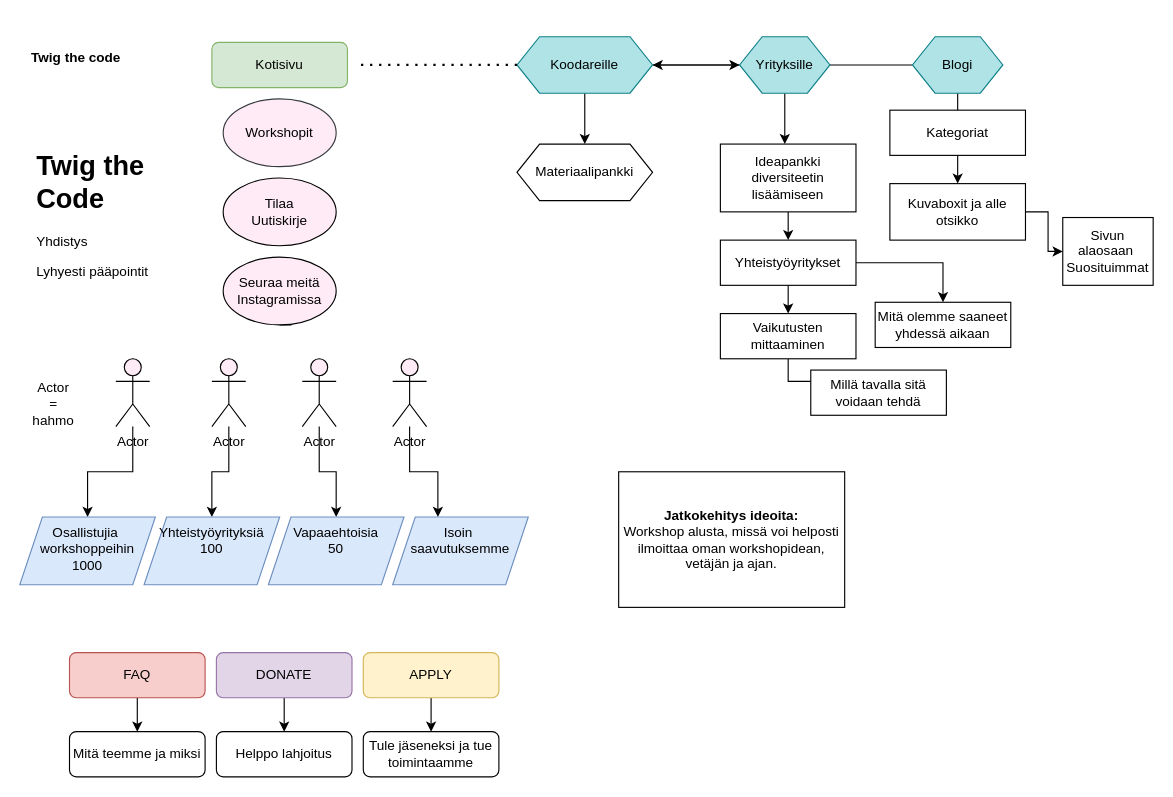
susannakyllonen/TTCpage-flow keeps this draw.io diagram as Untitled Diagram.drawio. Above is the earlier version. Source tidied: cells renumbered, new cells numbered last; positions are measured from the earlier drawing's top-left corner, leaving out a move shared by most shapes. Both pictures are drawn from the tidied source at 113%, with x=0, y=0 at pixel (19, 36).
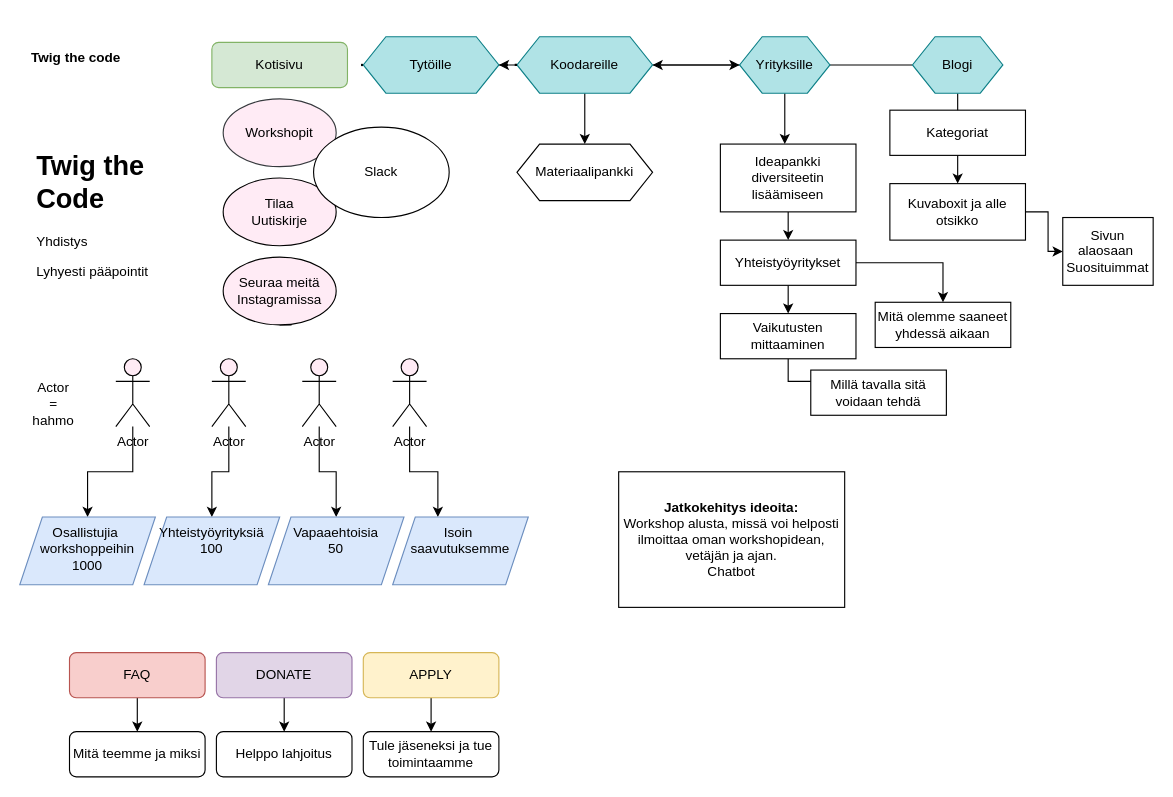
Above is the later version.

The change refers to these unchanged cells:
```xml
<mxCell id="14" value="Koodareille" style="shape=hexagon;perimeter=hexagonPerimeter2;whiteSpace=wrap;html=1;fixedSize=1;fillColor=#b0e3e6;strokeColor=#0e8088;" parent="1" vertex="1">
  <mxGeometry x="440" width="120" height="50" as="geometry" />
</mxCell>
```

What changed in the source:
```diff
@@
+    <mxCell id="55" style="edgeStyle=orthogonalEdgeStyle;rounded=0;jettySize=auto;html=1;" parent="1" edge="1" source="14" target="57">
+      <mxGeometry relative="1" as="geometry" />
+    </mxCell>
@@
-    <mxCell id="20" style="endArrow=none;dashed=1;html=1;dashPattern=1 3;strokeWidth=2;" parent="1" edge="1">
+    <mxCell id="20" style="endArrow=none;dashed=1;html=1;dashPattern=1 3;strokeWidth=2;" parent="1" edge="1" source="57">
       <mxGeometry relative="1" as="geometry">
-        <mxPoint x="440" y="25" as="sourcePoint" />
         <mxPoint x="300" y="25" as="targetPoint" />
       </mxGeometry>
     </mxCell>
@@
-    <mxCell id="53" value="&lt;b&gt;Jatkokehitys ideoita:&lt;/b&gt;&lt;br&gt;Workshop alusta, missä voi helposti ilmoittaa oman workshopidean, vetäjän ja ajan." style="rounded=0;whiteSpace=wrap;html=1;" parent="1" vertex="1">
+    <mxCell id="53" value="&lt;b&gt;Jatkokehitys ideoita:&lt;/b&gt;&lt;br&gt;Workshop alusta, missä voi helposti ilmoittaa oman workshopidean, vetäjän ja ajan.&lt;br&gt;Chatbot" style="rounded=0;whiteSpace=wrap;html=1;" parent="1" vertex="1">
       <mxGeometry x="530" y="385" width="200" height="120" as="geometry" />
     </mxCell>
@@
+    <mxCell id="56" value="Slack" style="ellipse;whiteSpace=wrap;html=1;" parent="1" vertex="1">
+      <mxGeometry x="260" y="80" width="120" height="80" as="geometry" />
+    </mxCell>
+    <mxCell id="57" value="Tytöille" style="shape=hexagon;perimeter=hexagonPerimeter2;whiteSpace=wrap;html=1;fixedSize=1;fillColor=#b0e3e6;strokeColor=#0e8088;" parent="1" vertex="1">
+      <mxGeometry x="304" width="120" height="50" as="geometry" />
+    </mxCell>
+    <mxCell id="58" style="endArrow=none;dashed=1;html=1;dashPattern=1 3;strokeWidth=2;" parent="1" edge="1" target="57">
+      <mxGeometry relative="1" as="geometry">
+        <mxPoint x="440" y="25" as="sourcePoint" />
+      </mxGeometry>
+    </mxCell>
```
